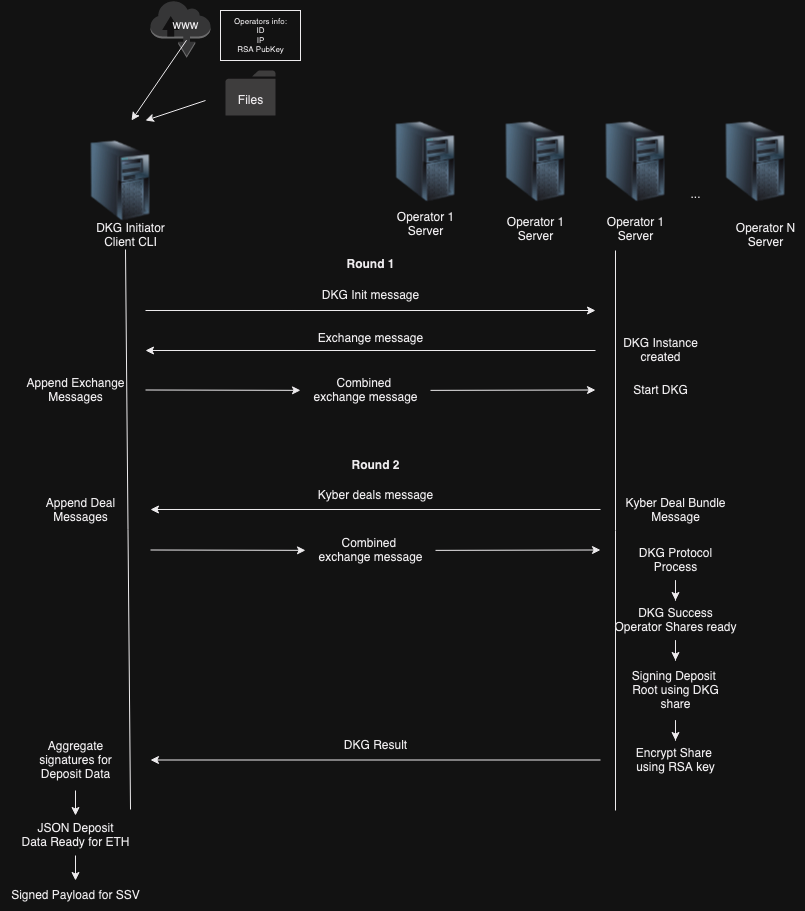
ssvlabs/ssv-dkg keeps this draw.io diagram as imgs/DKGinit.drawio.png. Above is the earlier version. Source tidied: cells renumbered, new cells last; positions are measured from the earlier drawing's top-left corner, leaving out a move shared by most shapes.
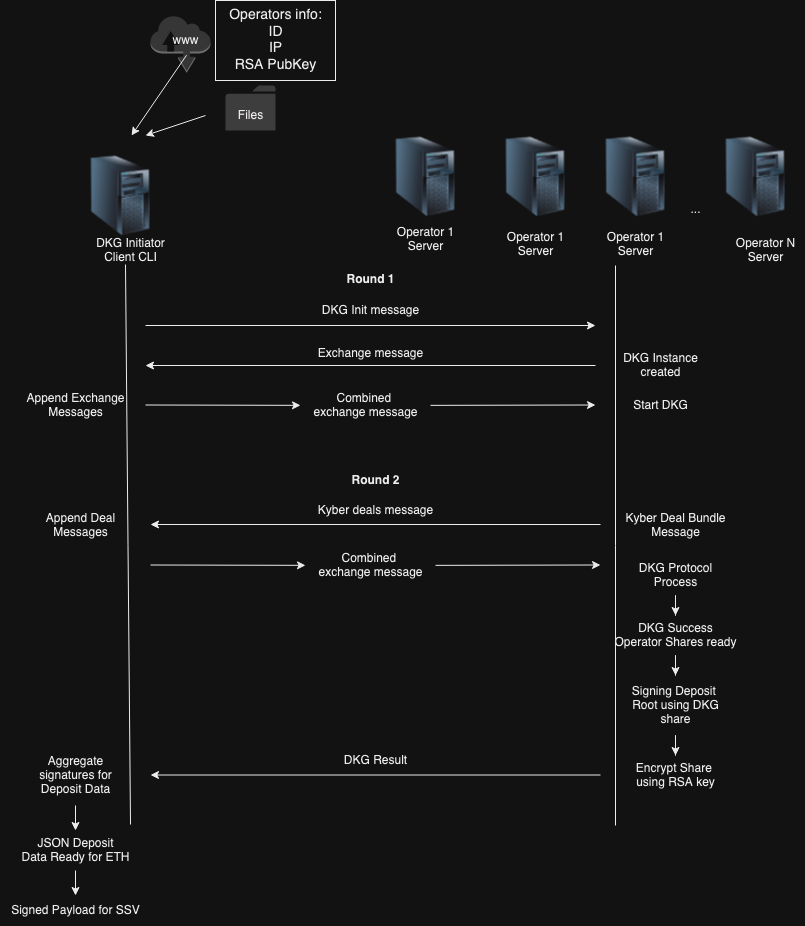
The same diagram one commit later.

What changed in the source:
```diff
@@ -76,8 +76,8 @@
         <mxPoint x="131" y="120" as="targetPoint" />
       </mxGeometry>
     </mxCell>
-    <mxCell id="22" value="&lt;div style=&quot;font-size: 8px;&quot;&gt;Operators info:&lt;/div&gt;&lt;div style=&quot;font-size: 8px;&quot;&gt;ID&lt;/div&gt;&lt;div style=&quot;font-size: 8px;&quot;&gt;IP&lt;/div&gt;&lt;div style=&quot;font-size: 8px;&quot;&gt;RSA PubKey&lt;br style=&quot;font-size: 8px;&quot;&gt;&lt;/div&gt;" style="text;html=1;align=center;verticalAlign=middle;strokeColor=#000000;fillColor=none;fontSize=8;" parent="1" vertex="1">
-      <mxGeometry x="220" y="10" width="80" height="50" as="geometry" />
+    <mxCell id="22" value="&lt;div style=&quot;font-size: 14px;&quot;&gt;Operators info:&lt;/div&gt;&lt;div style=&quot;font-size: 14px;&quot;&gt;ID&lt;/div&gt;&lt;div style=&quot;font-size: 14px;&quot;&gt;IP&lt;/div&gt;&lt;div style=&quot;font-size: 14px;&quot;&gt;RSA PubKey&lt;br style=&quot;font-size: 14px;&quot;&gt;&lt;/div&gt;" style="text;html=1;align=center;verticalAlign=middle;strokeColor=#000000;fillColor=none;fontSize=14;" parent="1" vertex="1">
+      <mxGeometry x="215" y="-15" width="120" height="80" as="geometry" />
     </mxCell>
     <mxCell id="23" value="DKG Init message" style="text;html=1;align=center;verticalAlign=middle;strokeColor=none;fillColor=none;" parent="1" vertex="1">
       <mxGeometry x="310" y="280" width="120" height="30" as="geometry" />
```
